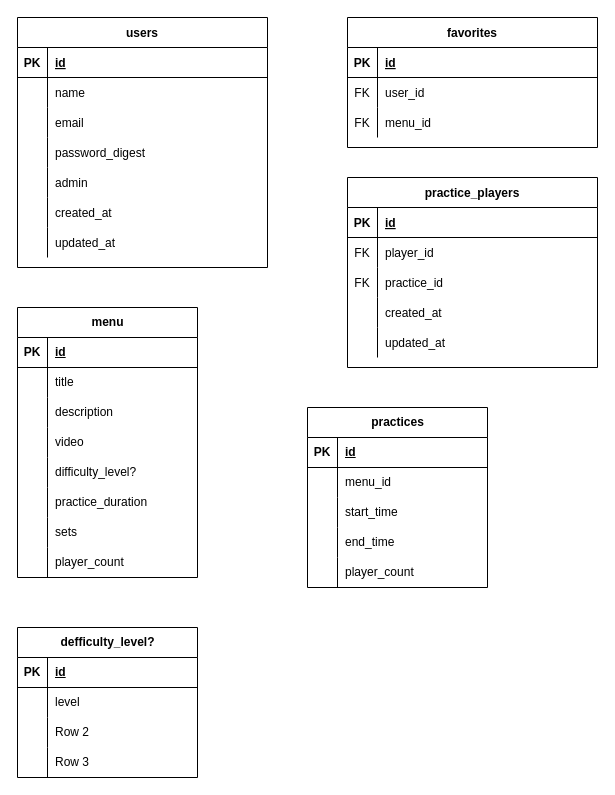
This is 卒業課題.drawio from yu-tas/achieve, a draw.io file, before an edit. Source tidied: cells renumbered, new cells numbered last; positions are measured from the earlier drawing's top-left corner, leaving out a move shared by most shapes. Both pictures are drawn from the tidied source at 100%, with x=0, y=0 at pixel (17, 17).
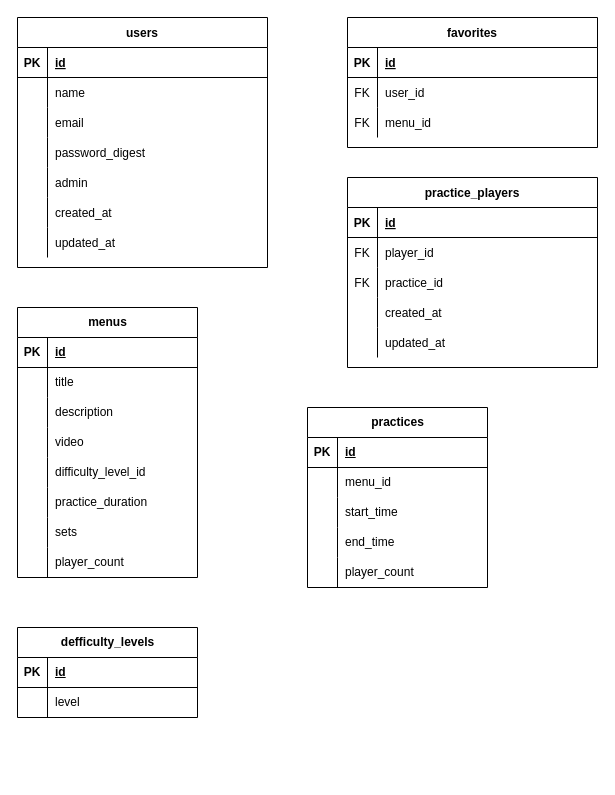
After the change.

Commit message:
卒業課題.drawio を更新します

Unchanged cells that the change refers to:
```xml
<mxCell id="63" style="shape=tableRow;horizontal=0;startSize=0;swimlaneHead=0;swimlaneBody=0;fillColor=none;top=0;left=0;right=0;bottom=0;" parent="50" vertex="1">
  <mxGeometry y="150" width="180" height="30" as="geometry" />
</mxCell>
```

What changed in the source:
```diff
@@
-    <mxCell id="50" value="menu" style="shape=table;startSize=30;childLayout=tableLayout;rowLines=0;fontStyle=1;align=center;html=1;" parent="1" vertex="1">
+    <mxCell id="50" value="menus" style="shape=table;startSize=30;childLayout=tableLayout;rowLines=0;fontStyle=1;align=center;html=1;" parent="1" vertex="1">
       <mxGeometry y="290" width="180" height="270" as="geometry" />
     </mxCell>
@@
-    <mxCell id="65" value="difficulty_level?" style="shape=partialRectangle;fillColor=none;top=0;left=0;bottom=0;right=0;align=left;spacingLeft=6;overflow=hidden;whiteSpace=wrap;html=1;" parent="63" vertex="1">
+    <mxCell id="65" value="difficulty_level_id" style="shape=partialRectangle;fillColor=none;top=0;left=0;bottom=0;right=0;align=left;spacingLeft=6;overflow=hidden;whiteSpace=wrap;html=1;" parent="63" vertex="1">
       <mxGeometry x="30" width="150" height="30" as="geometry" />
     </mxCell>
@@
-    <mxCell id="75" value="defficulty_level?" style="shape=table;startSize=30;childLayout=tableLayout;rowLines=0;fontStyle=1;align=center;html=1;" parent="1" vertex="1">
-      <mxGeometry y="610" width="180" height="150" as="geometry" />
+    <mxCell id="75" value="defficulty_levels" style="shape=table;startSize=30;childLayout=tableLayout;rowLines=0;fontStyle=1;align=center;html=1;" parent="1" vertex="1">
+      <mxGeometry y="610" width="180" height="90" as="geometry" />
     </mxCell>
@@
-    <mxCell id="82" style="shape=tableRow;horizontal=0;startSize=0;swimlaneHead=0;swimlaneBody=0;fillColor=none;top=0;left=0;right=0;bottom=0;" parent="75" vertex="1">
-      <mxGeometry y="90" width="180" height="30" as="geometry" />
-    </mxCell>
-    <mxCell id="83" style="shape=partialRectangle;fillColor=none;top=0;left=0;bottom=0;right=0;overflow=hidden;whiteSpace=wrap;html=1;" parent="82" vertex="1">
-      <mxGeometry width="30" height="30" as="geometry" />
-    </mxCell>
-    <mxCell id="84" value="Row 2" style="shape=partialRectangle;fillColor=none;top=0;left=0;bottom=0;right=0;align=left;spacingLeft=6;overflow=hidden;whiteSpace=wrap;html=1;" parent="82" vertex="1">
-      <mxGeometry x="30" width="150" height="30" as="geometry" />
-    </mxCell>
-    <mxCell id="85" style="shape=tableRow;horizontal=0;startSize=0;swimlaneHead=0;swimlaneBody=0;fillColor=none;top=0;left=0;right=0;bottom=0;" parent="75" vertex="1">
-      <mxGeometry y="120" width="180" height="30" as="geometry" />
-    </mxCell>
-    <mxCell id="86" style="shape=partialRectangle;fillColor=none;top=0;left=0;bottom=0;right=0;overflow=hidden;whiteSpace=wrap;html=1;" parent="85" vertex="1">
-      <mxGeometry width="30" height="30" as="geometry" />
-    </mxCell>
-    <mxCell id="87" value="Row 3" style="shape=partialRectangle;fillColor=none;top=0;left=0;bottom=0;right=0;align=left;spacingLeft=6;overflow=hidden;whiteSpace=wrap;html=1;" parent="85" vertex="1">
-      <mxGeometry x="30" width="150" height="30" as="geometry" />
-    </mxCell>
```
